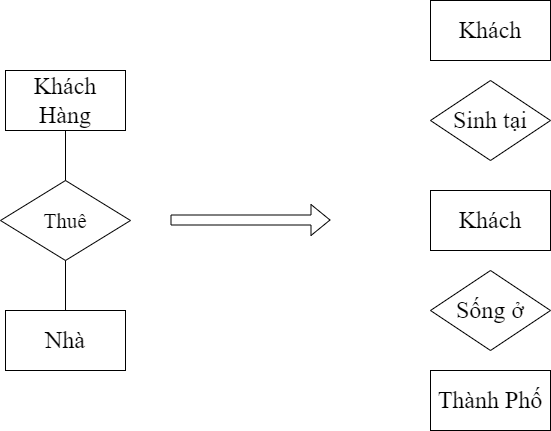
This is Luật thứ tư(trên xuống).png from datnham0212/learning, a draw.io export, as it was before one commit. Source tidied: cells renumbered, new cells last; positions are measured from the earlier drawing's top-left corner, leaving out a move shared by most shapes. The source it was exported from:
```xml
<mxGraphModel>
  <root>
    <mxCell id="0" />
    <mxCell id="1" parent="0" />
    <mxCell id="2" value="&lt;font style=&quot;font-size: 24px;&quot;&gt;Khách Hàng&lt;/font&gt;" style="rounded=0;whiteSpace=wrap;html=1;fontFamily=Times New Roman;fontSize=24;" parent="1" vertex="1">
      <mxGeometry x="5" y="70" width="120" height="60" as="geometry" />
    </mxCell>
    <mxCell id="3" value="&lt;font style=&quot;font-size: 24px;&quot;&gt;Khách&lt;/font&gt;" style="rounded=0;whiteSpace=wrap;html=1;fontFamily=Times New Roman;fontSize=24;" parent="1" vertex="1">
      <mxGeometry x="430" width="120" height="60" as="geometry" />
    </mxCell>
    <mxCell id="4" value="Thành Phố" style="rounded=0;whiteSpace=wrap;html=1;fontFamily=Times New Roman;fontSize=24;" parent="1" vertex="1">
      <mxGeometry x="430" y="370" width="120" height="60" as="geometry" />
    </mxCell>
    <mxCell id="5" style="shape=flexArrow;endArrow=classic;html=1;rounded=0;fontFamily=Times New Roman;fontSize=24;" parent="1" edge="1">
      <mxGeometry relative="1" as="geometry">
        <mxPoint x="170" y="219.5" as="sourcePoint" />
        <mxPoint x="330" y="219.5" as="targetPoint" />
      </mxGeometry>
    </mxCell>
    <mxCell id="6" value="Sống ở" style="rhombus;whiteSpace=wrap;html=1;fontFamily=Times New Roman;fontSize=24;" parent="1" vertex="1">
      <mxGeometry x="430" y="270" width="120" height="80" as="geometry" />
    </mxCell>
    <mxCell id="7" value="Nhà" style="rounded=0;whiteSpace=wrap;html=1;fontFamily=Times New Roman;fontSize=24;" parent="1" vertex="1">
      <mxGeometry x="5" y="310" width="120" height="60" as="geometry" />
    </mxCell>
    <mxCell id="8" value="&lt;span style=&quot;font-size: 21px;&quot;&gt;Thuê&lt;/span&gt;" style="rhombus;whiteSpace=wrap;html=1;fontFamily=Times New Roman;fontSize=24;" parent="1" vertex="1">
      <mxGeometry y="180" width="130" height="80" as="geometry" />
    </mxCell>
    <mxCell id="9" style="endArrow=none;html=1;rounded=0;entryX=0.5;entryY=1;entryDx=0;entryDy=0;exitX=0.5;exitY=0;exitDx=0;exitDy=0;" parent="1" edge="1" source="8" target="2">
      <mxGeometry relative="1" as="geometry" />
    </mxCell>
    <mxCell id="10" style="endArrow=none;html=1;rounded=0;exitX=0.5;exitY=0;exitDx=0;exitDy=0;entryX=0.5;entryY=1;entryDx=0;entryDy=0;" parent="1" edge="1" source="7" target="8">
      <mxGeometry relative="1" as="geometry" />
    </mxCell>
    <mxCell id="11" style="edgeStyle=orthogonalEdgeStyle;rounded=0;orthogonalLoop=1;jettySize=auto;html=1;exitX=0.5;exitY=1;exitDx=0;exitDy=0;" parent="1" edge="1" source="8" target="8">
      <mxGeometry relative="1" as="geometry" />
    </mxCell>
    <mxCell id="12" value="Sinh tại" style="rhombus;whiteSpace=wrap;html=1;fontFamily=Times New Roman;fontSize=24;" parent="1" vertex="1">
      <mxGeometry x="430" y="80" width="120" height="80" as="geometry" />
    </mxCell>
    <mxCell id="13" value="&lt;font style=&quot;font-size: 24px;&quot;&gt;Khách&lt;/font&gt;" style="rounded=0;whiteSpace=wrap;html=1;fontFamily=Times New Roman;fontSize=24;" parent="1" vertex="1">
      <mxGeometry x="430" y="190" width="120" height="60" as="geometry" />
    </mxCell>
  </root>
</mxGraphModel>
```
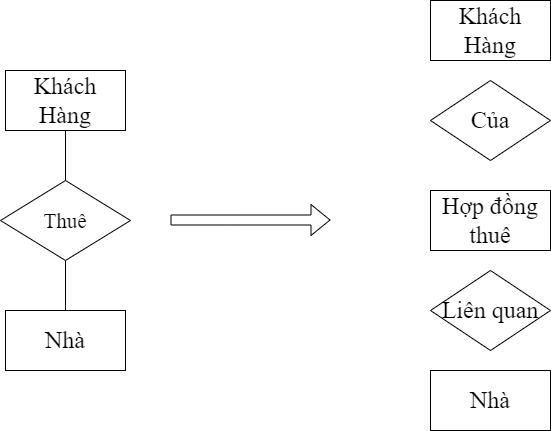
Above is the later version.

Diff of the diagram source:
```diff
@@ -5,10 +5,10 @@
     <mxCell id="2" value="&lt;font style=&quot;font-size: 24px;&quot;&gt;Khách Hàng&lt;/font&gt;" style="rounded=0;whiteSpace=wrap;html=1;fontFamily=Times New Roman;fontSize=24;" parent="1" vertex="1">
       <mxGeometry x="5" y="70" width="120" height="60" as="geometry" />
     </mxCell>
-    <mxCell id="3" value="&lt;font style=&quot;font-size: 24px;&quot;&gt;Khách&lt;/font&gt;" style="rounded=0;whiteSpace=wrap;html=1;fontFamily=Times New Roman;fontSize=24;" parent="1" vertex="1">
+    <mxCell id="3" value="&lt;font style=&quot;font-size: 24px;&quot;&gt;Khách Hàng&lt;/font&gt;" style="rounded=0;whiteSpace=wrap;html=1;fontFamily=Times New Roman;fontSize=24;" parent="1" vertex="1">
       <mxGeometry x="430" width="120" height="60" as="geometry" />
     </mxCell>
-    <mxCell id="4" value="Thành Phố" style="rounded=0;whiteSpace=wrap;html=1;fontFamily=Times New Roman;fontSize=24;" parent="1" vertex="1">
+    <mxCell id="4" value="Nhà" style="rounded=0;whiteSpace=wrap;html=1;fontFamily=Times New Roman;fontSize=24;" parent="1" vertex="1">
       <mxGeometry x="430" y="370" width="120" height="60" as="geometry" />
     </mxCell>
     <mxCell id="5" style="shape=flexArrow;endArrow=classic;html=1;rounded=0;fontFamily=Times New Roman;fontSize=24;" parent="1" edge="1">
@@ -17,7 +17,7 @@
         <mxPoint x="330" y="219.5" as="targetPoint" />
       </mxGeometry>
     </mxCell>
-    <mxCell id="6" value="Sống ở" style="rhombus;whiteSpace=wrap;html=1;fontFamily=Times New Roman;fontSize=24;" parent="1" vertex="1">
+    <mxCell id="6" value="Liên quan" style="rhombus;whiteSpace=wrap;html=1;fontFamily=Times New Roman;fontSize=24;" parent="1" vertex="1">
       <mxGeometry x="430" y="270" width="120" height="80" as="geometry" />
     </mxCell>
     <mxCell id="7" value="Nhà" style="rounded=0;whiteSpace=wrap;html=1;fontFamily=Times New Roman;fontSize=24;" parent="1" vertex="1">
@@ -35,10 +35,10 @@
     <mxCell id="11" style="edgeStyle=orthogonalEdgeStyle;rounded=0;orthogonalLoop=1;jettySize=auto;html=1;exitX=0.5;exitY=1;exitDx=0;exitDy=0;" parent="1" edge="1" source="8" target="8">
       <mxGeometry relative="1" as="geometry" />
     </mxCell>
-    <mxCell id="12" value="Sinh tại" style="rhombus;whiteSpace=wrap;html=1;fontFamily=Times New Roman;fontSize=24;" parent="1" vertex="1">
+    <mxCell id="12" value="Của" style="rhombus;whiteSpace=wrap;html=1;fontFamily=Times New Roman;fontSize=24;" parent="1" vertex="1">
       <mxGeometry x="430" y="80" width="120" height="80" as="geometry" />
     </mxCell>
-    <mxCell id="13" value="&lt;font style=&quot;font-size: 24px;&quot;&gt;Khách&lt;/font&gt;" style="rounded=0;whiteSpace=wrap;html=1;fontFamily=Times New Roman;fontSize=24;" parent="1" vertex="1">
+    <mxCell id="13" value="Hợp đồng thuê" style="rounded=0;whiteSpace=wrap;html=1;fontFamily=Times New Roman;fontSize=24;" parent="1" vertex="1">
       <mxGeometry x="430" y="190" width="120" height="60" as="geometry" />
     </mxCell>
   </root>
```
